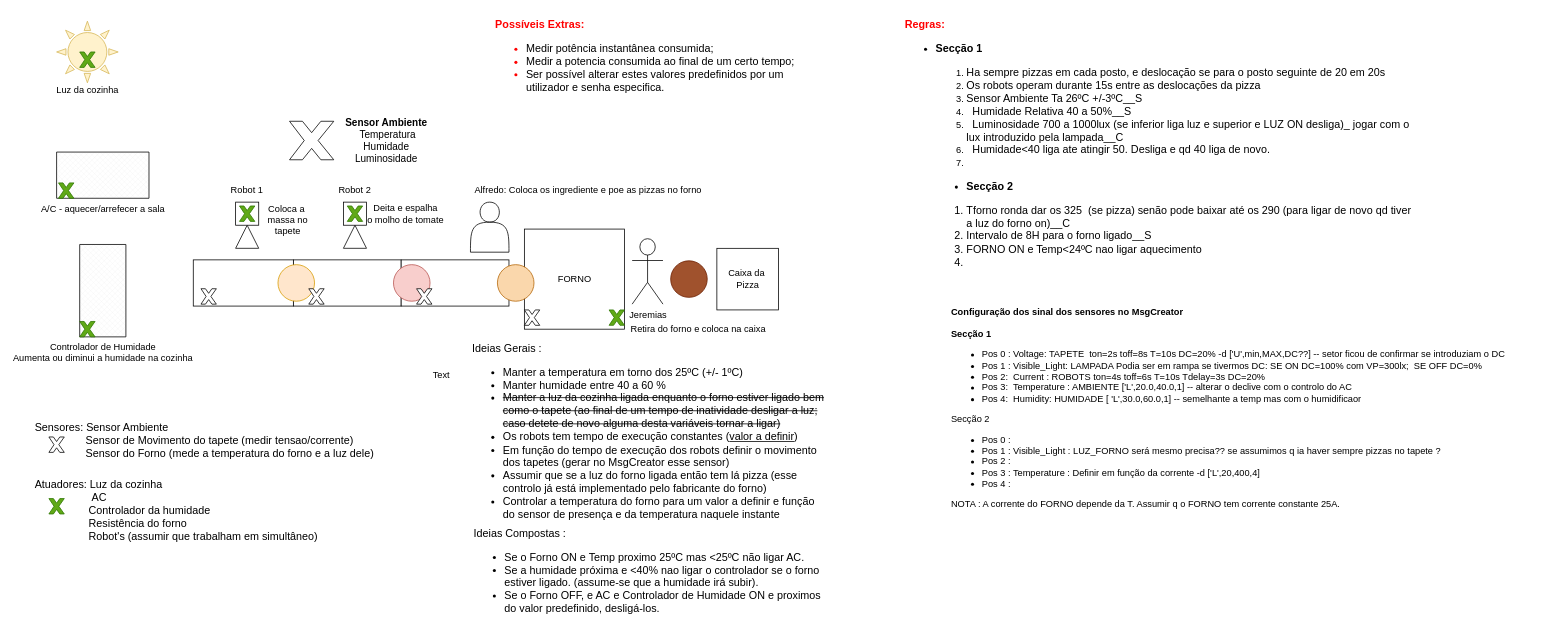
Before: base_floor.drawio in Automation-yatata/Industry4.0-PizzaPlace, a draw.io diagram. Source tidied: cells renumbered, new cells numbered last; positions are measured from the earlier drawing's top-left corner, leaving out a move shared by most shapes. Both pictures are drawn from the tidied source at 77%, with x=0, y=0 at pixel (33, 13).
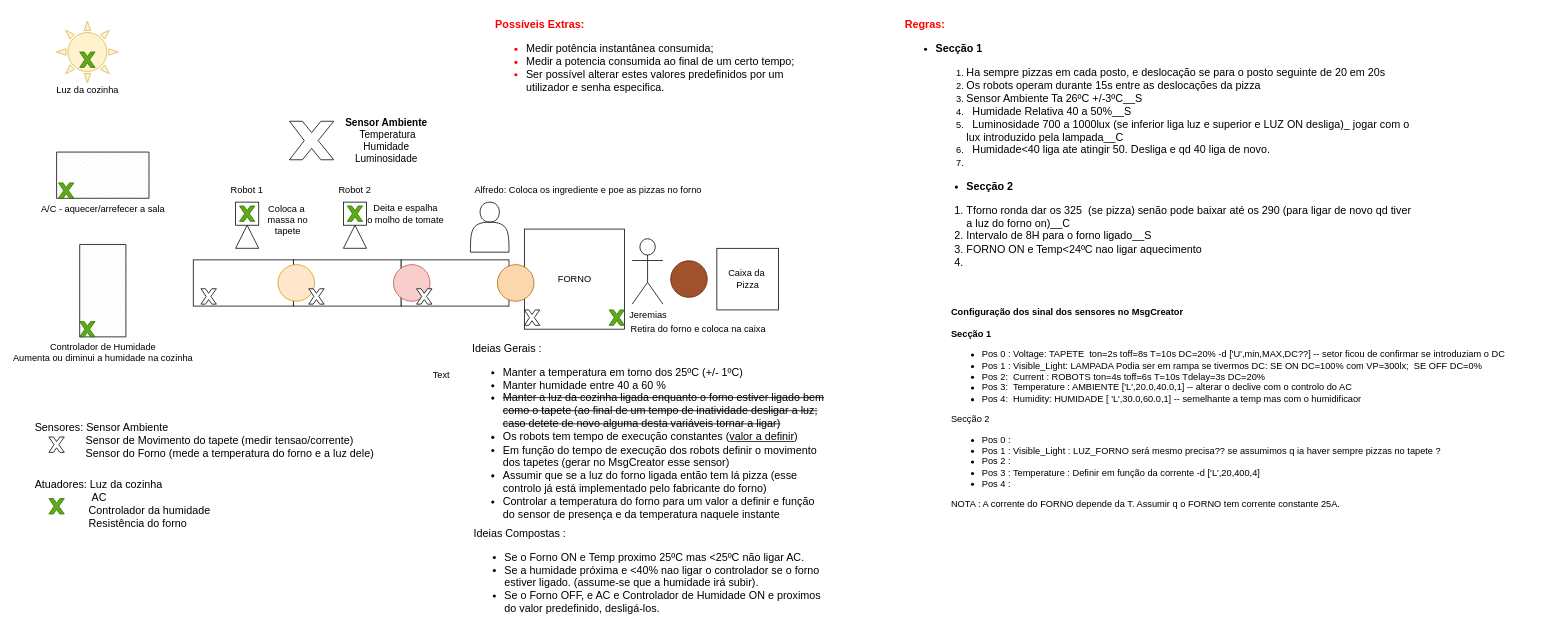
The same page after the edit.

Diff of the diagram source:
```diff
@@
-    <mxCell id="39" value="&lt;span style=&quot;font-size: 14px&quot;&gt;Atuadores: Luz da cozinha&amp;nbsp;&lt;/span&gt;&lt;br&gt;&lt;span style=&quot;font-size: 14px&quot;&gt;&amp;nbsp; &amp;nbsp; &amp;nbsp; &amp;nbsp; &amp;nbsp; &amp;nbsp; &amp;nbsp; &amp;nbsp; &amp;nbsp; &amp;nbsp;AC&lt;/span&gt;&lt;br&gt;&lt;span style=&quot;font-size: 14px&quot;&gt;&amp;nbsp; &amp;nbsp; &amp;nbsp; &amp;nbsp; &amp;nbsp; &amp;nbsp; &amp;nbsp; &amp;nbsp; &amp;nbsp; Controlador da humidade&lt;/span&gt;&lt;br&gt;&lt;span style=&quot;font-size: 14px&quot;&gt;&amp;nbsp; &amp;nbsp; &amp;nbsp; &amp;nbsp; &amp;nbsp; &amp;nbsp; &amp;nbsp; &amp;nbsp; &amp;nbsp; Resistência&amp;nbsp;do forno&lt;br&gt;&lt;/span&gt;&lt;font style=&quot;font-size: 14px&quot;&gt;&amp;nbsp; &amp;nbsp; &amp;nbsp; &amp;nbsp; &amp;nbsp; &amp;nbsp; &amp;nbsp; &amp;nbsp; &amp;nbsp; Robot's (assumir que trabalham em simultâneo)&lt;/font&gt;" style="text;html=1;strokeColor=none;fillColor=none;align=left;verticalAlign=middle;whiteSpace=wrap;rounded=0;" parent="1" vertex="1">
+    <mxCell id="39" value="&lt;span style=&quot;font-size: 14px&quot;&gt;Atuadores: Luz da cozinha&amp;nbsp;&lt;/span&gt;&lt;br&gt;&lt;span style=&quot;font-size: 14px&quot;&gt;&amp;nbsp; &amp;nbsp; &amp;nbsp; &amp;nbsp; &amp;nbsp; &amp;nbsp; &amp;nbsp; &amp;nbsp; &amp;nbsp; &amp;nbsp;AC&lt;/span&gt;&lt;br&gt;&lt;span style=&quot;font-size: 14px&quot;&gt;&amp;nbsp; &amp;nbsp; &amp;nbsp; &amp;nbsp; &amp;nbsp; &amp;nbsp; &amp;nbsp; &amp;nbsp; &amp;nbsp; Controlador da humidade&lt;/span&gt;&lt;br&gt;&lt;span style=&quot;font-size: 14px&quot;&gt;&amp;nbsp; &amp;nbsp; &amp;nbsp; &amp;nbsp; &amp;nbsp; &amp;nbsp; &amp;nbsp; &amp;nbsp; &amp;nbsp; Resistência&amp;nbsp;do forno&lt;br&gt;&lt;/span&gt;&lt;font style=&quot;font-size: 14px&quot;&gt;&amp;nbsp; &amp;nbsp; &amp;nbsp; &amp;nbsp; &amp;nbsp; &amp;nbsp; &amp;nbsp; &amp;nbsp; &amp;nbsp; &lt;br&gt;&lt;/font&gt;" style="text;html=1;strokeColor=none;fillColor=none;align=left;verticalAlign=middle;whiteSpace=wrap;rounded=0;" parent="1" vertex="1">
       <mxGeometry y="590" width="460" height="110" as="geometry" />
     </mxCell>
```
